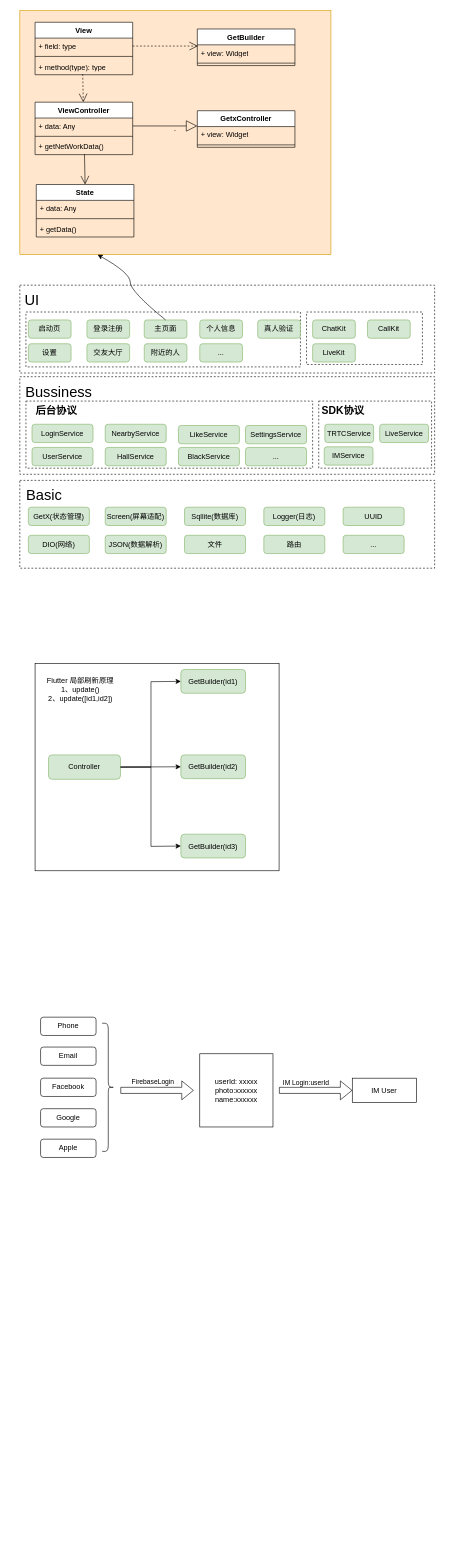
Before: diagrams/1v1demo.drawio in paopaosecret/resources, a draw.io diagram. Source tidied: cells renumbered, new cells numbered last; positions are measured from the earlier drawing's top-left corner, leaving out a move shared by most shapes. Both pictures are drawn from the tidied source at 61%, with x=0, y=0 at pixel (10, 10).
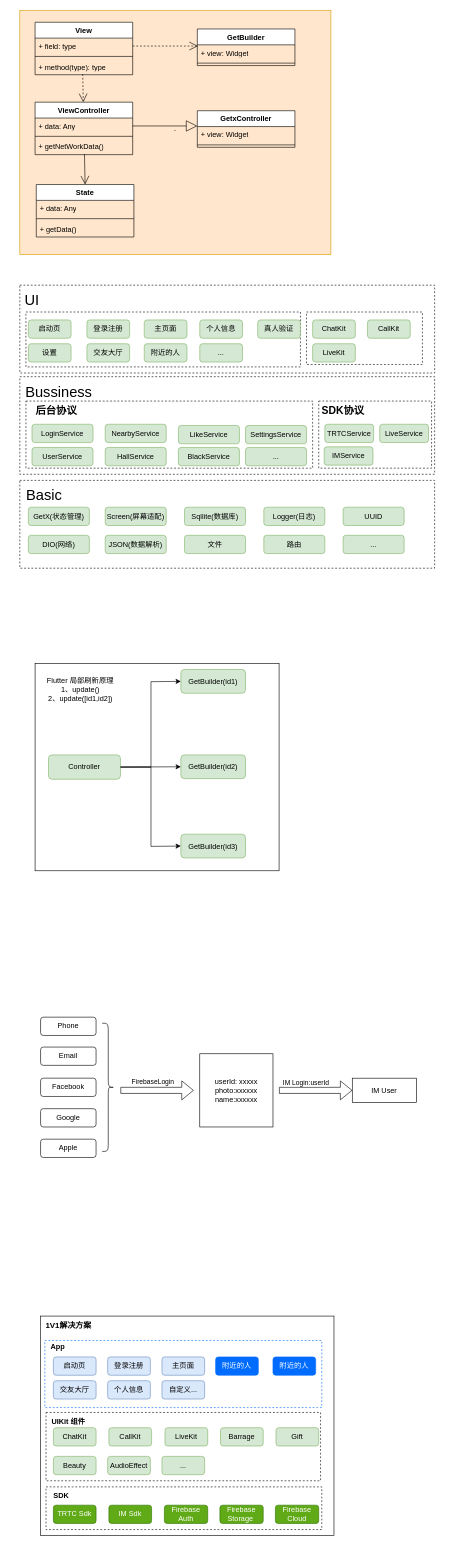
After the change.

Unchanged cells that the change refers to:
```xml
<mxCell id="3" value="`" style="rounded=0;whiteSpace=wrap;html=1;fillColor=#ffe6cc;strokeColor=#d79b00;" parent="1" vertex="1">
  <mxGeometry x="15" width="510" height="400" as="geometry" />
</mxCell>
<mxCell id="65" value="主页面" style="rounded=1;whiteSpace=wrap;html=1;fillColor=#d5e8d4;strokeColor=#82b366;" parent="1" vertex="1">
  <mxGeometry x="219" y="507" width="70" height="30" as="geometry" />
</mxCell>
```

The edit, as a diff of the source:
```diff
@@
+    <mxCell id="93" style="rounded=0;whiteSpace=wrap;html=1;" parent="1" vertex="1">
+      <mxGeometry x="49" y="2140" width="481" height="360" as="geometry" />
+    </mxCell>
@@
-    <mxCell id="72" style="curved=1;endArrow=classic;html=1;rounded=0;entryX=0.25;entryY=1;entryDx=0;entryDy=0;exitX=0.5;exitY=0;exitDx=0;exitDy=0;" parent="1" edge="1" source="65" target="3">
-      <mxGeometry relative="1" as="geometry">
-        <Array as="points">
-          <mxPoint x="196" y="460" />
-          <mxPoint x="196" y="430" />
-        </Array>
-      </mxGeometry>
-    </mxCell>
@@
+    <mxCell id="94" style="rounded=0;whiteSpace=wrap;html=1;dashed=1;strokeColor=#006CFF;" parent="1" vertex="1">
+      <mxGeometry x="56" y="2180" width="454" height="110" as="geometry" />
+    </mxCell>
+    <mxCell id="95" style="rounded=0;whiteSpace=wrap;html=1;dashed=1;" parent="1" vertex="1">
+      <mxGeometry x="58" y="2298" width="450" height="112" as="geometry" />
+    </mxCell>
+    <mxCell id="96" value="登录注册" style="rounded=1;whiteSpace=wrap;html=1;fillColor=#dae8fc;strokeColor=#6c8ebf;" parent="1" vertex="1">
+      <mxGeometry x="159" y="2207" width="70" height="30" as="geometry" />
+    </mxCell>
+    <mxCell id="97" value="启动页" style="rounded=1;whiteSpace=wrap;html=1;fillColor=#dae8fc;strokeColor=#6c8ebf;" parent="1" vertex="1">
+      <mxGeometry x="70" y="2207" width="70" height="30" as="geometry" />
+    </mxCell>
+    <mxCell id="98" value="个人信息" style="rounded=1;whiteSpace=wrap;html=1;fillColor=#dae8fc;strokeColor=#6c8ebf;" parent="1" vertex="1">
+      <mxGeometry x="159" y="2246" width="70" height="30" as="geometry" />
+    </mxCell>
+    <mxCell id="99" value="交友大厅" style="rounded=1;whiteSpace=wrap;html=1;fillColor=#dae8fc;strokeColor=#6c8ebf;" parent="1" vertex="1">
+      <mxGeometry x="70" y="2246" width="70" height="30" as="geometry" />
+    </mxCell>
+    <mxCell id="100" value="主页面" style="rounded=1;whiteSpace=wrap;html=1;fillColor=#dae8fc;strokeColor=#6c8ebf;" parent="1" vertex="1">
+      <mxGeometry x="248" y="2207" width="70" height="30" as="geometry" />
+    </mxCell>
+    <mxCell id="101" value="&lt;font color=&quot;#ffffff&quot;&gt;附近的人&lt;/font&gt;" style="rounded=1;whiteSpace=wrap;html=1;fillColor=#006CFF;strokeColor=#006CFF;" parent="1" vertex="1">
+      <mxGeometry x="336" y="2207" width="70" height="30" as="geometry" />
+    </mxCell>
+    <mxCell id="102" value="自定义..." style="rounded=1;whiteSpace=wrap;html=1;fillColor=#dae8fc;strokeColor=#6c8ebf;" parent="1" vertex="1">
+      <mxGeometry x="248" y="2246" width="70" height="30" as="geometry" />
+    </mxCell>
+    <mxCell id="103" value="ChatKit" style="rounded=1;whiteSpace=wrap;html=1;fillColor=#d5e8d4;strokeColor=#82b366;" parent="1" vertex="1">
+      <mxGeometry x="70" y="2323" width="70" height="30" as="geometry" />
+    </mxCell>
+    <mxCell id="104" value="CallKit" style="rounded=1;whiteSpace=wrap;html=1;fillColor=#d5e8d4;strokeColor=#82b366;" parent="1" vertex="1">
+      <mxGeometry x="161" y="2323" width="70" height="30" as="geometry" />
+    </mxCell>
+    <mxCell id="105" value="LiveKit" style="rounded=1;whiteSpace=wrap;html=1;fillColor=#d5e8d4;strokeColor=#82b366;" parent="1" vertex="1">
+      <mxGeometry x="253" y="2323" width="70" height="30" as="geometry" />
+    </mxCell>
+    <mxCell id="106" value="Barrage" style="rounded=1;whiteSpace=wrap;html=1;fillColor=#d5e8d4;strokeColor=#82b366;" parent="1" vertex="1">
+      <mxGeometry x="344" y="2323" width="70" height="30" as="geometry" />
+    </mxCell>
+    <mxCell id="107" value="Gift" style="rounded=1;whiteSpace=wrap;html=1;fillColor=#d5e8d4;strokeColor=#82b366;" parent="1" vertex="1">
+      <mxGeometry x="435" y="2323" width="70" height="30" as="geometry" />
+    </mxCell>
+    <mxCell id="108" value="Beauty" style="rounded=1;whiteSpace=wrap;html=1;fillColor=#d5e8d4;strokeColor=#82b366;" parent="1" vertex="1">
+      <mxGeometry x="70" y="2370" width="70" height="30" as="geometry" />
+    </mxCell>
+    <mxCell id="109" value="&lt;font style=&quot;font-size: 13px;&quot;&gt;&lt;b&gt;1V1解决方案&lt;/b&gt;&lt;/font&gt;" style="text;html=1;align=center;verticalAlign=middle;whiteSpace=wrap;rounded=0;strokeWidth=2;" parent="1" vertex="1">
+      <mxGeometry x="53" y="2140" width="84" height="30" as="geometry" />
+    </mxCell>
+    <mxCell id="110" value="&lt;b&gt;App&lt;/b&gt;" style="text;html=1;align=center;verticalAlign=middle;whiteSpace=wrap;rounded=0;" parent="1" vertex="1">
+      <mxGeometry x="40" y="2174" width="75" height="33" as="geometry" />
+    </mxCell>
+    <mxCell id="111" value="&lt;b&gt;UIKit 组件&lt;/b&gt;" style="text;html=1;align=center;verticalAlign=middle;whiteSpace=wrap;rounded=0;" parent="1" vertex="1">
+      <mxGeometry x="65" y="2298" width="60" height="30" as="geometry" />
+    </mxCell>
+    <mxCell id="112" value="AudioEffect" style="rounded=1;whiteSpace=wrap;html=1;fillColor=#d5e8d4;strokeColor=#82b366;" parent="1" vertex="1">
+      <mxGeometry x="159" y="2370" width="70" height="30" as="geometry" />
+    </mxCell>
+    <mxCell id="113" value="..." style="rounded=1;whiteSpace=wrap;html=1;fillColor=#d5e8d4;strokeColor=#82b366;" parent="1" vertex="1">
+      <mxGeometry x="248" y="2370" width="70" height="30" as="geometry" />
+    </mxCell>
+    <mxCell id="114" style="rounded=0;whiteSpace=wrap;html=1;dashed=1;" parent="1" vertex="1">
+      <mxGeometry x="58" y="2420" width="452" height="70" as="geometry" />
+    </mxCell>
+    <mxCell id="115" value="TRTC Sdk" style="rounded=1;whiteSpace=wrap;html=1;fillColor=#60a917;strokeColor=#2D7600;fontColor=#ffffff;" parent="1" vertex="1">
+      <mxGeometry x="70" y="2450" width="70" height="30" as="geometry" />
+    </mxCell>
+    <mxCell id="116" value="IM Sdk" style="rounded=1;whiteSpace=wrap;html=1;fillColor=#60a917;strokeColor=#2D7600;fontColor=#ffffff;" parent="1" vertex="1">
+      <mxGeometry x="161" y="2450" width="70" height="30" as="geometry" />
+    </mxCell>
+    <mxCell id="117" value="SDK" style="text;html=1;align=center;verticalAlign=middle;whiteSpace=wrap;rounded=0;fontStyle=1;" parent="1" vertex="1">
+      <mxGeometry x="53" y="2420" width="60" height="30" as="geometry" />
+    </mxCell>
+    <mxCell id="118" value="Firebase Auth" style="rounded=1;whiteSpace=wrap;html=1;fillColor=#60a917;strokeColor=#2D7600;fontColor=#ffffff;" parent="1" vertex="1">
+      <mxGeometry x="252" y="2450" width="71" height="30" as="geometry" />
+    </mxCell>
+    <mxCell id="119" value="Firebase&lt;div&gt;Storage&amp;nbsp;&lt;/div&gt;" style="rounded=1;whiteSpace=wrap;html=1;fillColor=#60a917;strokeColor=#2D7600;fontColor=#ffffff;" parent="1" vertex="1">
+      <mxGeometry x="343" y="2450" width="71" height="30" as="geometry" />
+    </mxCell>
+    <mxCell id="120" value="Firebase&lt;div&gt;&lt;/div&gt;&lt;div&gt;Cloud&lt;/div&gt;" style="rounded=1;whiteSpace=wrap;html=1;fillColor=#60a917;strokeColor=#2D7600;fontColor=#ffffff;" parent="1" vertex="1">
+      <mxGeometry x="434" y="2450" width="71" height="30" as="geometry" />
+    </mxCell>
+    <mxCell id="121" value="&lt;font color=&quot;#ffffff&quot;&gt;附近的人&lt;/font&gt;" style="rounded=1;whiteSpace=wrap;html=1;fillColor=#006CFF;strokeColor=#006CFF;" parent="1" vertex="1">
+      <mxGeometry x="430" y="2207" width="70" height="30" as="geometry" />
+    </mxCell>
```
